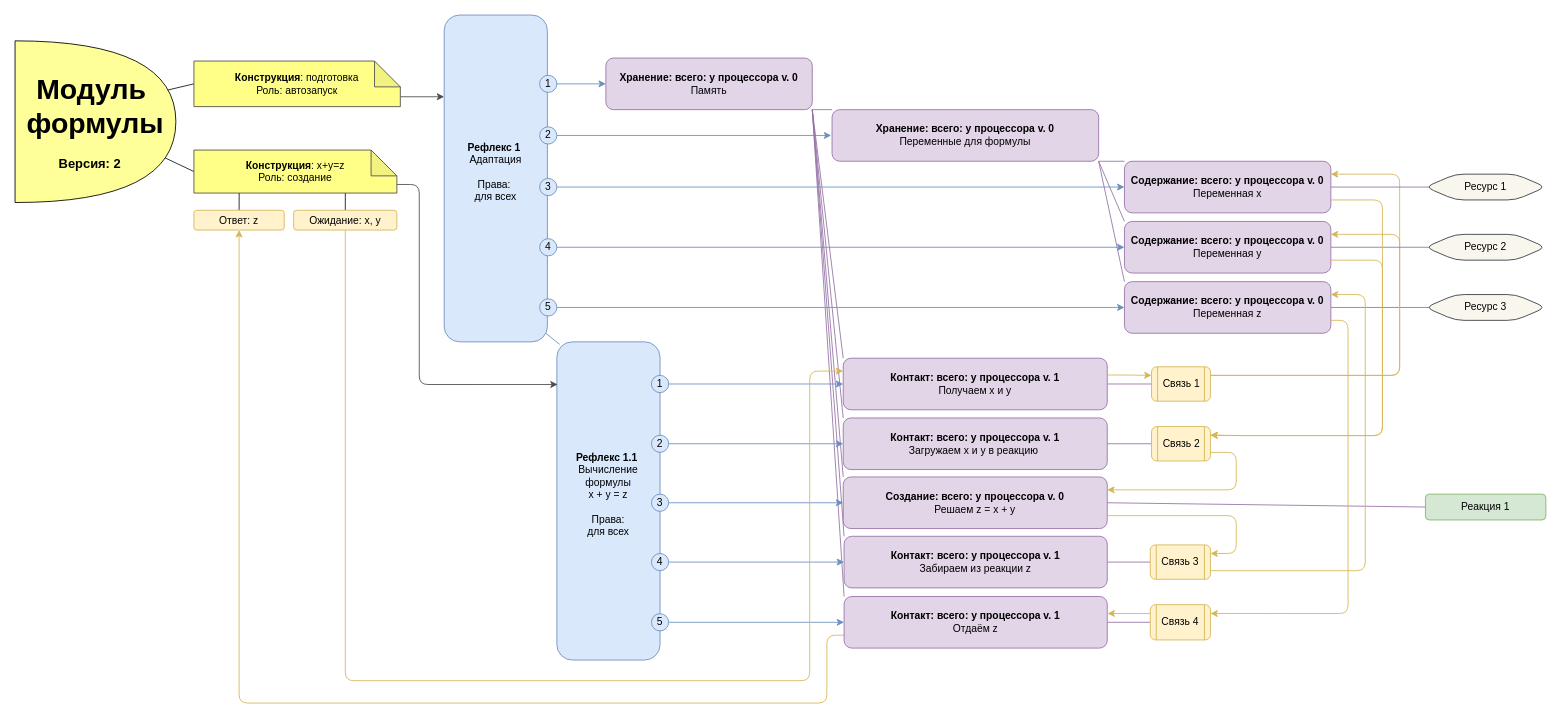
The draw.io diagram Картинки/Module.drawio in it-architector/invention.csdr, before the edit. Source tidied: cells renumbered, new cells numbered last; positions are measured from the earlier drawing's top-left corner, leaving out a move shared by most shapes. Both pictures are drawn from the tidied source at 86%, with x=0, y=0 at pixel (15, 15).
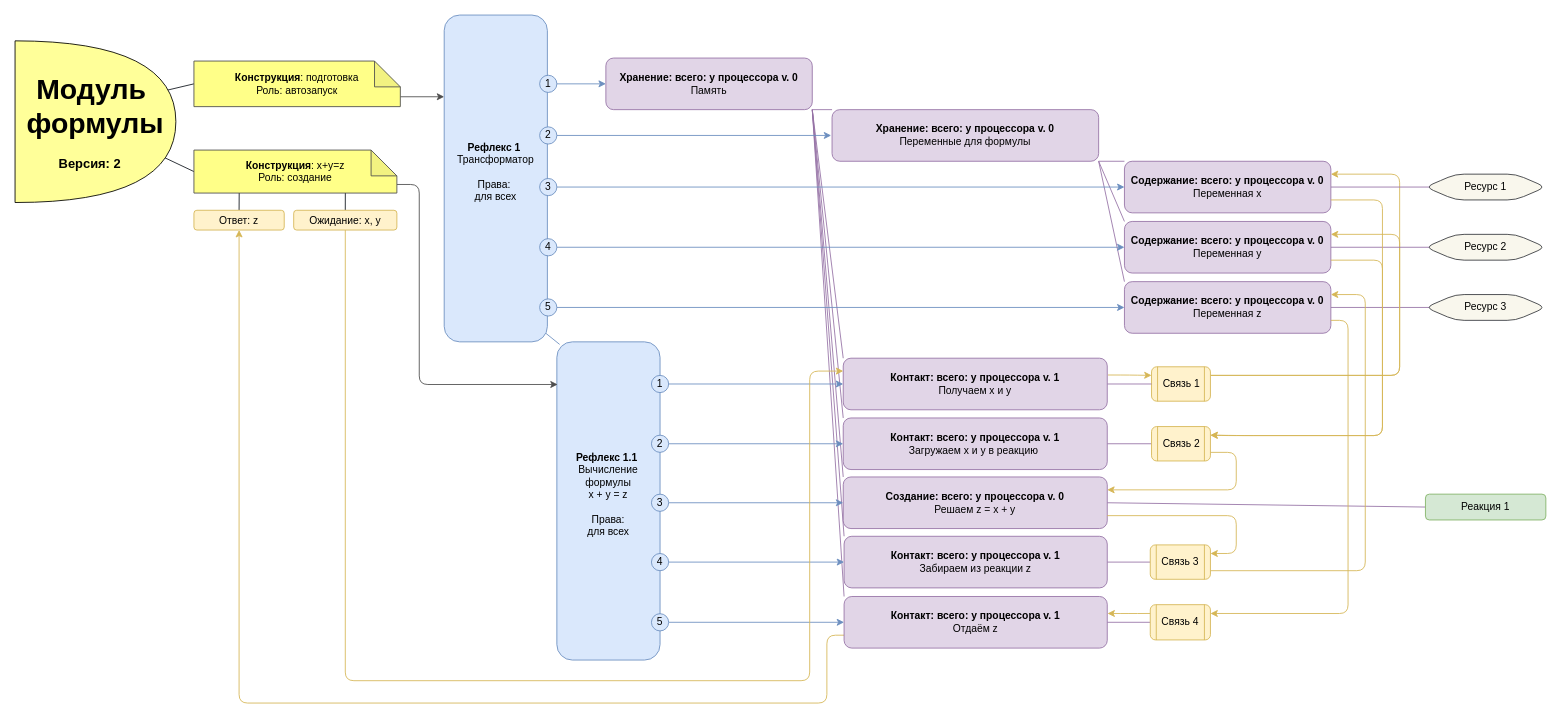
The same page after the edit.

Diff of the diagram source:
```diff
@@
-    <mxCell id="70" value="&lt;b&gt;Рефлекс 1&lt;/b&gt;&lt;span&gt;&amp;nbsp;&lt;/span&gt;&lt;br&gt;&lt;span&gt;Адаптация&lt;br&gt;&lt;br&gt;&lt;/span&gt;Права:&amp;nbsp;&lt;br&gt;для всех&lt;span&gt;&lt;br&gt;&lt;br&gt;&lt;/span&gt;" style="rounded=1;whiteSpace=wrap;html=1;strokeColor=#6C8EBF;fillColor=#DAE8FC;align=center;verticalAlign=middle;" parent="1" vertex="1">
+    <mxCell id="70" value="&lt;b&gt;Рефлекс 1&lt;/b&gt;&lt;span&gt;&amp;nbsp;&lt;/span&gt;&lt;br&gt;&lt;span&gt;Трансформатор&lt;br&gt;&lt;br&gt;&lt;/span&gt;Права:&amp;nbsp;&lt;br&gt;для всех&lt;span&gt;&lt;br&gt;&lt;br&gt;&lt;/span&gt;" style="rounded=1;whiteSpace=wrap;html=1;strokeColor=#6C8EBF;fillColor=#DAE8FC;align=center;verticalAlign=middle;" parent="1" vertex="1">
       <mxGeometry x="499" width="120" height="380" as="geometry" />
     </mxCell>
```
